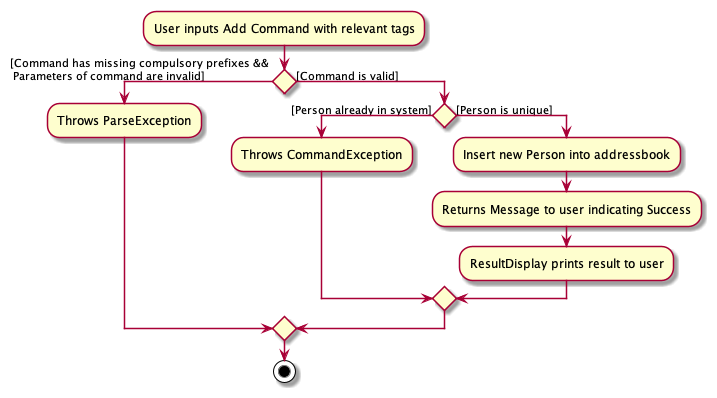
This is docs/images/AddFeatureActivityDiagram.png from nus-cs2103-AY2122S2/tp, a PlantUML export, as it was before one commit.
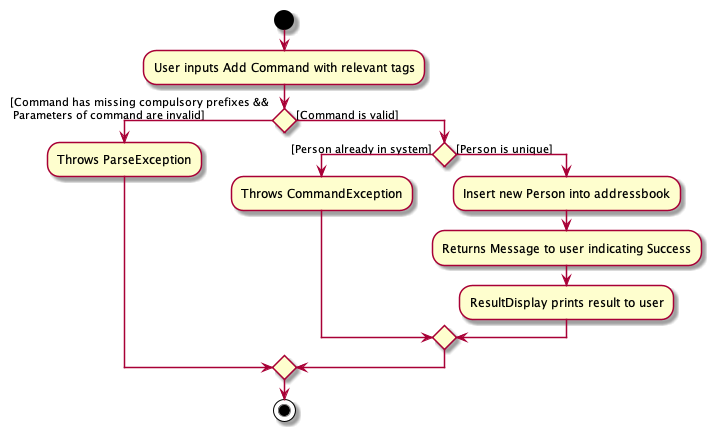
The same file after the commit.

Commit message:
Edit activity diagram for add feature to include start node

Change to the diagram source:
```diff
@@ -1,7 +1,8 @@
 @startuml
 
+start
+
 :User inputs Add Command with relevant tags;
-
 
 If () then ([Command has missing compulsory prefixes && \n Parameters of command are invalid])
     :Throws ParseException;
```
